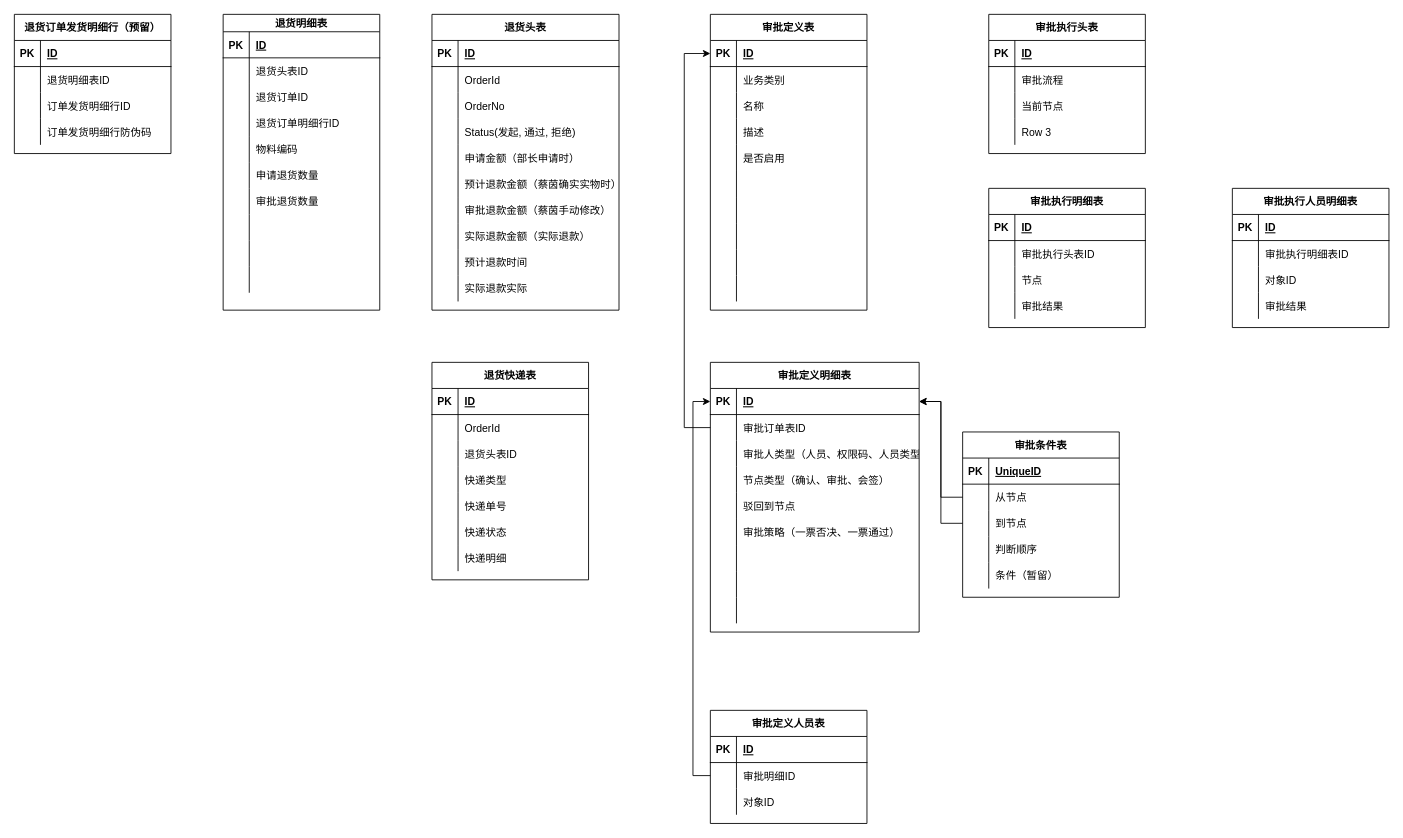
This is 退货退款流程图.drawio from canonnk/draw.io.repository, a draw.io file, before an edit. Source tidied: cells renumbered, new cells numbered last; positions are measured from the earlier drawing's top-left corner, leaving out a move shared by most shapes. Both pictures are drawn from the tidied source at 87%, with x=0, y=0 at pixel (14, 14).
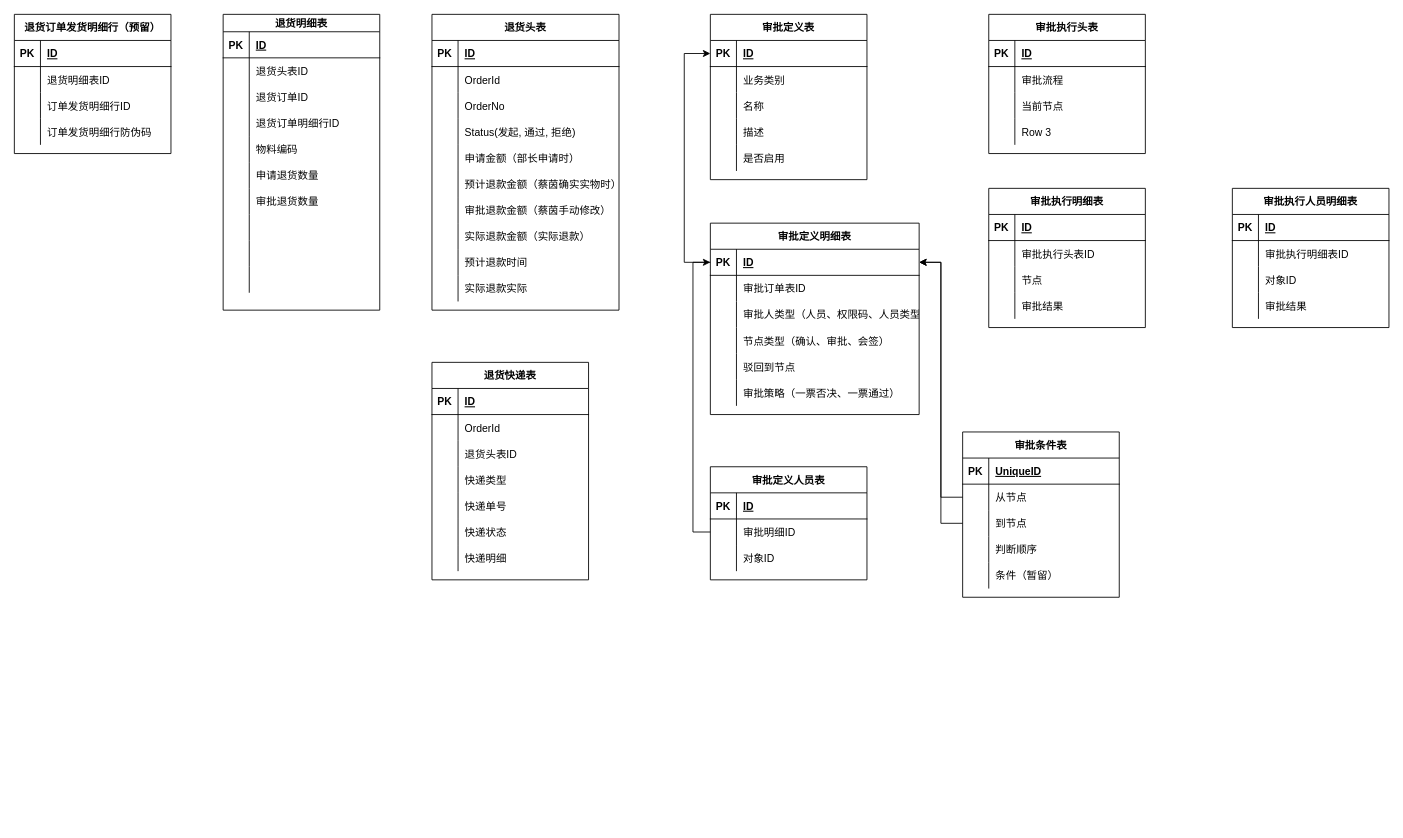
After the change.

Commit message (it also covers changes not shown here):
更新退货退款流程图.drawio

The change refers to these unchanged cells:
```xml
<mxCell id="100" style="shape=tableRow;horizontal=0;startSize=0;swimlaneHead=0;swimlaneBody=0;fillColor=none;points=[[0,0.5],[1,0.5]];portConstraint=eastwest;top=0;left=0;right=0;bottom=1;" parent="99" vertex="1">
  <mxGeometry y="30" width="180" height="30" as="geometry" />
</mxCell>
<mxCell id="131" style="shape=tableRow;horizontal=0;startSize=0;swimlaneHead=0;swimlaneBody=0;fillColor=none;points=[[0,0.5],[1,0.5]];portConstraint=eastwest;top=0;left=0;right=0;bottom=1;" parent="130" vertex="1">
  <mxGeometry y="30" width="240" height="30" as="geometry" />
</mxCell>
<mxCell id="134" style="shape=tableRow;horizontal=0;startSize=0;swimlaneHead=0;swimlaneBody=0;fillColor=none;points=[[0,0.5],[1,0.5]];portConstraint=eastwest;top=0;left=0;right=0;bottom=0;" parent="130" vertex="1">
  <mxGeometry y="60" width="240" height="30" as="geometry" />
</mxCell>
<mxCell id="162" style="shape=tableRow;horizontal=0;startSize=0;swimlaneHead=0;swimlaneBody=0;fillColor=none;points=[[0,0.5],[1,0.5]];portConstraint=eastwest;top=0;left=0;right=0;bottom=0;" parent="158" vertex="1">
  <mxGeometry y="60" width="180" height="30" as="geometry" />
</mxCell>
```

Diff of the diagram source:
```diff
@@
     <mxCell id="99" value="审批定义表" style="shape=table;startSize=30;childLayout=tableLayout;rowLines=0;fontStyle=1;align=center;" parent="1" vertex="1">
-      <mxGeometry x="800" width="180" height="340" as="geometry" />
+      <mxGeometry x="800" width="180" height="190" as="geometry" />
     </mxCell>
@@
-    <mxCell id="115" style="shape=tableRow;horizontal=0;startSize=0;swimlaneHead=0;swimlaneBody=0;fillColor=none;top=0;left=0;right=0;bottom=0;" parent="99" vertex="1">
-      <mxGeometry y="180" width="180" height="30" as="geometry" />
-    </mxCell>
-    <mxCell id="116" style="shape=partialRectangle;fillColor=none;top=0;left=0;bottom=0;right=0;overflow=hidden;" parent="115" vertex="1">
-      <mxGeometry width="30" height="30" as="geometry" />
-    </mxCell>
-    <mxCell id="117" style="shape=partialRectangle;fillColor=none;top=0;left=0;bottom=0;right=0;align=left;spacingLeft=6;overflow=hidden;" parent="115" vertex="1">
-      <mxGeometry x="30" width="150" height="30" as="geometry" />
-    </mxCell>
-    <mxCell id="118" style="shape=tableRow;horizontal=0;startSize=0;swimlaneHead=0;swimlaneBody=0;fillColor=none;top=0;left=0;right=0;bottom=0;" parent="99" vertex="1">
-      <mxGeometry y="210" width="180" height="30" as="geometry" />
-    </mxCell>
-    <mxCell id="119" style="shape=partialRectangle;fillColor=none;top=0;left=0;bottom=0;right=0;overflow=hidden;" parent="118" vertex="1">
-      <mxGeometry width="30" height="30" as="geometry" />
-    </mxCell>
-    <mxCell id="120" style="shape=partialRectangle;fillColor=none;top=0;left=0;bottom=0;right=0;align=left;spacingLeft=6;overflow=hidden;" parent="118" vertex="1">
-      <mxGeometry x="30" width="150" height="30" as="geometry" />
-    </mxCell>
-    <mxCell id="121" style="shape=tableRow;horizontal=0;startSize=0;swimlaneHead=0;swimlaneBody=0;fillColor=none;top=0;left=0;right=0;bottom=0;" parent="99" vertex="1">
-      <mxGeometry y="240" width="180" height="30" as="geometry" />
-    </mxCell>
-    <mxCell id="122" style="shape=partialRectangle;fillColor=none;top=0;left=0;bottom=0;right=0;overflow=hidden;" parent="121" vertex="1">
-      <mxGeometry width="30" height="30" as="geometry" />
-    </mxCell>
-    <mxCell id="123" style="shape=partialRectangle;fillColor=none;top=0;left=0;bottom=0;right=0;align=left;spacingLeft=6;overflow=hidden;" parent="121" vertex="1">
-      <mxGeometry x="30" width="150" height="30" as="geometry" />
-    </mxCell>
-    <mxCell id="124" style="shape=tableRow;horizontal=0;startSize=0;swimlaneHead=0;swimlaneBody=0;fillColor=none;top=0;left=0;right=0;bottom=0;" parent="99" vertex="1">
-      <mxGeometry y="270" width="180" height="30" as="geometry" />
-    </mxCell>
-    <mxCell id="125" style="shape=partialRectangle;fillColor=none;top=0;left=0;bottom=0;right=0;overflow=hidden;" parent="124" vertex="1">
-      <mxGeometry width="30" height="30" as="geometry" />
-    </mxCell>
-    <mxCell id="126" style="shape=partialRectangle;fillColor=none;top=0;left=0;bottom=0;right=0;align=left;spacingLeft=6;overflow=hidden;" parent="124" vertex="1">
-      <mxGeometry x="30" width="150" height="30" as="geometry" />
-    </mxCell>
-    <mxCell id="127" style="shape=tableRow;horizontal=0;startSize=0;swimlaneHead=0;swimlaneBody=0;fillColor=none;top=0;left=0;right=0;bottom=0;" parent="99" vertex="1">
-      <mxGeometry y="300" width="180" height="30" as="geometry" />
-    </mxCell>
-    <mxCell id="128" style="shape=partialRectangle;fillColor=none;top=0;left=0;bottom=0;right=0;overflow=hidden;" parent="127" vertex="1">
-      <mxGeometry width="30" height="30" as="geometry" />
-    </mxCell>
-    <mxCell id="129" style="shape=partialRectangle;fillColor=none;top=0;left=0;bottom=0;right=0;align=left;spacingLeft=6;overflow=hidden;" parent="127" vertex="1">
-      <mxGeometry x="30" width="150" height="30" as="geometry" />
-    </mxCell>
     <mxCell id="130" value="审批定义明细表" style="shape=table;startSize=30;childLayout=tableLayout;rowLines=0;fontStyle=1;align=center;" parent="1" vertex="1">
-      <mxGeometry x="800" y="400" width="240" height="310" as="geometry" />
+      <mxGeometry x="800" y="240" width="240" height="220" as="geometry" />
     </mxCell>
@@
-    <mxCell id="149" style="shape=tableRow;horizontal=0;startSize=0;swimlaneHead=0;swimlaneBody=0;fillColor=none;top=0;left=0;right=0;bottom=0;" parent="130" vertex="1">
-      <mxGeometry y="210" width="240" height="30" as="geometry" />
-    </mxCell>
-    <mxCell id="150" style="shape=partialRectangle;fillColor=none;top=0;left=0;bottom=0;right=0;overflow=hidden;" parent="149" vertex="1">
-      <mxGeometry width="30" height="30" as="geometry" />
-    </mxCell>
-    <mxCell id="151" style="shape=partialRectangle;fillColor=none;top=0;left=0;bottom=0;right=0;align=left;spacingLeft=6;overflow=hidden;" parent="149" vertex="1">
-      <mxGeometry x="30" width="210" height="30" as="geometry" />
-    </mxCell>
-    <mxCell id="152" style="shape=tableRow;horizontal=0;startSize=0;swimlaneHead=0;swimlaneBody=0;fillColor=none;top=0;left=0;right=0;bottom=0;" parent="130" vertex="1">
-      <mxGeometry y="240" width="240" height="30" as="geometry" />
-    </mxCell>
-    <mxCell id="153" style="shape=partialRectangle;fillColor=none;top=0;left=0;bottom=0;right=0;overflow=hidden;" parent="152" vertex="1">
-      <mxGeometry width="30" height="30" as="geometry" />
-    </mxCell>
-    <mxCell id="154" style="shape=partialRectangle;fillColor=none;top=0;left=0;bottom=0;right=0;align=left;spacingLeft=6;overflow=hidden;" parent="152" vertex="1">
-      <mxGeometry x="30" width="210" height="30" as="geometry" />
-    </mxCell>
-    <mxCell id="155" style="shape=tableRow;horizontal=0;startSize=0;swimlaneHead=0;swimlaneBody=0;fillColor=none;top=0;left=0;right=0;bottom=0;" parent="130" vertex="1">
-      <mxGeometry y="270" width="240" height="30" as="geometry" />
-    </mxCell>
-    <mxCell id="156" style="shape=partialRectangle;fillColor=none;top=0;left=0;bottom=0;right=0;overflow=hidden;" parent="155" vertex="1">
-      <mxGeometry width="30" height="30" as="geometry" />
-    </mxCell>
-    <mxCell id="157" style="shape=partialRectangle;fillColor=none;top=0;left=0;bottom=0;right=0;align=left;spacingLeft=6;overflow=hidden;" parent="155" vertex="1">
-      <mxGeometry x="30" width="210" height="30" as="geometry" />
-    </mxCell>
     <mxCell id="158" value="审批定义人员表" style="shape=table;startSize=30;childLayout=tableLayout;rowLines=0;fontStyle=1;align=center;" parent="1" vertex="1">
-      <mxGeometry x="800" y="800" width="180" height="130" as="geometry" />
+      <mxGeometry x="800" y="520" width="180" height="130" as="geometry" />
     </mxCell>
@@
     <mxCell id="168" style="edgeStyle=orthogonalEdgeStyle;rounded=0;jettySize=auto;html=1;" parent="1" edge="1" source="162" target="131">
       <mxGeometry relative="1" as="geometry">
         <Array as="points">
-          <mxPoint x="780" y="875" />
-          <mxPoint x="780" y="445" />
+          <mxPoint x="780" y="595" />
+          <mxPoint x="780" y="285" />
         </Array>
       </mxGeometry>
     </mxCell>
-    <mxCell id="169" style="edgeStyle=orthogonalEdgeStyle;rounded=0;jettySize=auto;html=1;" parent="1" edge="1" source="134" target="100">
+    <mxCell id="169" style="edgeStyle=orthogonalEdgeStyle;rounded=0;jettySize=auto;html=1;" parent="1" edge="1" source="131" target="100">
       <mxGeometry relative="1" as="geometry">
         <Array as="points">
-          <mxPoint x="770" y="475" />
+          <mxPoint x="770" y="285" />
           <mxPoint x="770" y="45" />
         </Array>
       </mxGeometry>
     </mxCell>
```
